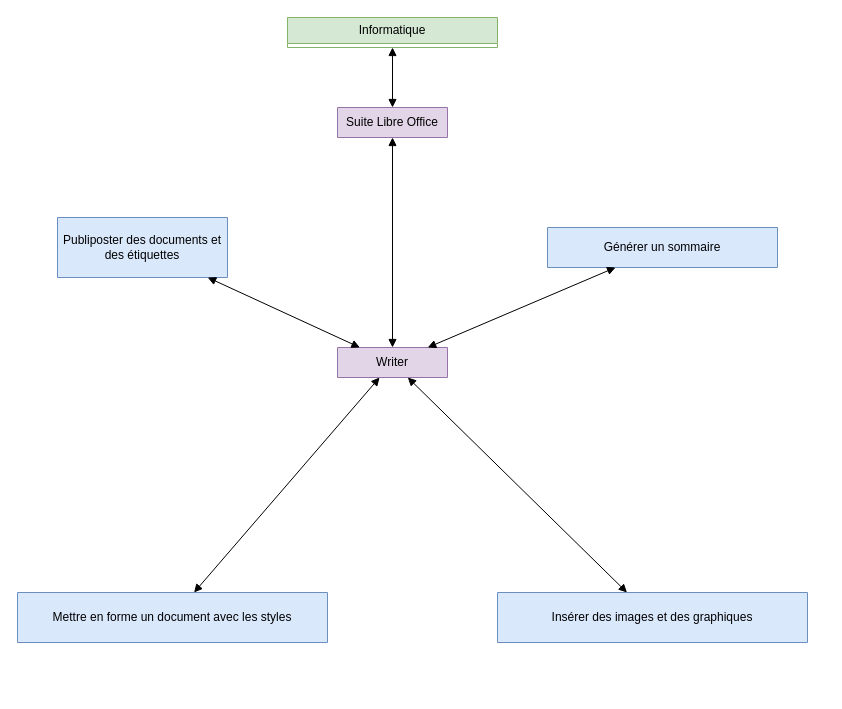
Above: Writer.drawio in jean-seb-2106/pythontest (draw.io), before the change. Source tidied: cells renumbered, new cells numbered last; positions are measured from the earlier drawing's top-left corner, leaving out a move shared by most shapes. Both pictures are drawn from the tidied source at 100%, with x=0, y=0 at pixel (17, 17).
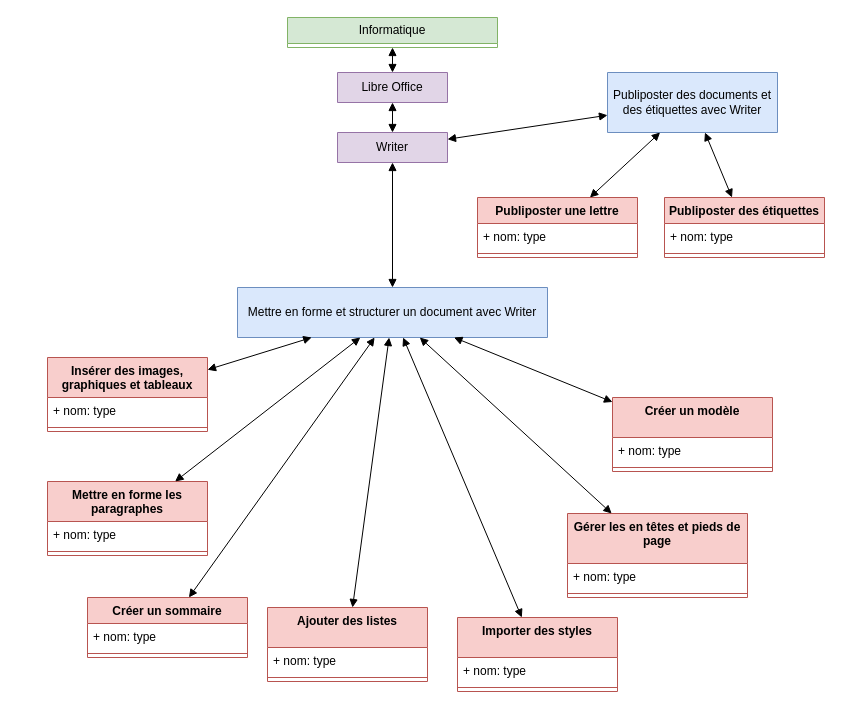
The same diagram, later.

Commit message:
Mettre à jour Writer.drawio

What changed in the source:
```diff
@@
     <mxCell id="2" value="Writer" style="swimlane;fontStyle=0;horizontal=1;startSize=30;fillColor=#e1d5e7;whiteSpace=wrap;html=1;strokeColor=#9673a6;" parent="1" vertex="1" collapsed="1">
-      <mxGeometry x="320" y="330" width="110" height="30" as="geometry" />
+      <mxGeometry x="320" y="115" width="110" height="30" as="geometry" />
     </mxCell>
@@
-    <mxCell id="5" value="Publiposter des documents et des étiquettes" style="swimlane;fontStyle=0;horizontal=1;startSize=60;fillColor=#dae8fc;whiteSpace=wrap;html=1;strokeColor=#6c8ebf;" parent="1" vertex="1" collapsed="1">
-      <mxGeometry x="40" y="200" width="170" height="60" as="geometry" />
+    <mxCell id="5" value="Publiposter des documents et des étiquettes avec Writer" style="swimlane;fontStyle=0;horizontal=1;startSize=60;fillColor=#dae8fc;whiteSpace=wrap;html=1;strokeColor=#6c8ebf;" parent="1" vertex="1" collapsed="1">
+      <mxGeometry x="590" y="55" width="170" height="60" as="geometry" />
     </mxCell>
@@
-    <mxCell id="7" value="Mettre en forme un document avec les styles" style="swimlane;fontStyle=0;horizontal=1;startSize=50;fillColor=#dae8fc;whiteSpace=wrap;html=1;strokeColor=#6c8ebf;" parent="1" vertex="1" collapsed="1">
-      <mxGeometry y="575" width="310" height="50" as="geometry" />
+    <mxCell id="7" value="Mettre en forme et structurer un document avec Writer" style="swimlane;fontStyle=0;horizontal=1;startSize=50;fillColor=#dae8fc;whiteSpace=wrap;html=1;strokeColor=#6c8ebf;" parent="1" vertex="1" collapsed="1">
+      <mxGeometry x="220" y="270" width="310" height="50" as="geometry" />
     </mxCell>
-    <mxCell id="8" value="Générer un sommaire" style="swimlane;fontStyle=0;horizontal=1;startSize=40;fillColor=#dae8fc;whiteSpace=wrap;html=1;strokeColor=#6c8ebf;" parent="1" vertex="1" collapsed="1">
-      <mxGeometry x="530" y="210" width="230" height="40" as="geometry" />
-    </mxCell>
-    <mxCell id="9" style="endArrow=block;startArrow=block;endFill=1;startFill=1;html=1;rounded=0;" parent="1" edge="1" source="2" target="8">
-      <mxGeometry relative="1" as="geometry" />
-    </mxCell>
-    <mxCell id="10" value="Insérer des images et des graphiques" style="swimlane;fontStyle=0;horizontal=1;startSize=50;fillColor=#dae8fc;whiteSpace=wrap;html=1;strokeColor=#6c8ebf;" parent="1" vertex="1" collapsed="1">
-      <mxGeometry x="480" y="575" width="310" height="50" as="geometry" />
-    </mxCell>
@@
-    <mxCell id="12" style="endArrow=block;startArrow=block;endFill=1;startFill=1;html=1;rounded=0;" parent="1" edge="1" source="2" target="10">
-      <mxGeometry relative="1" as="geometry" />
-    </mxCell>
-    <mxCell id="13" value="Suite Libre Office" style="swimlane;fontStyle=0;horizontal=1;startSize=30;fillColor=#e1d5e7;whiteSpace=wrap;html=1;strokeColor=#9673a6;" parent="1" vertex="1" collapsed="1">
-      <mxGeometry x="320" y="90" width="110" height="30" as="geometry" />
+    <mxCell id="13" value="Libre Office" style="swimlane;fontStyle=0;horizontal=1;startSize=30;fillColor=#e1d5e7;whiteSpace=wrap;html=1;strokeColor=#9673a6;" parent="1" vertex="1" collapsed="1">
+      <mxGeometry x="320" y="55" width="110" height="30" as="geometry" />
     </mxCell>
@@
+    <mxCell id="15" style="endArrow=block;startArrow=block;endFill=1;startFill=1;html=1;rounded=0;" parent="1" edge="1" source="5" target="17">
+      <mxGeometry relative="1" as="geometry" />
+    </mxCell>
+    <mxCell id="16" style="endArrow=block;startArrow=block;endFill=1;startFill=1;html=1;rounded=0;" parent="1" edge="1" source="5" target="20">
+      <mxGeometry relative="1" as="geometry" />
+    </mxCell>
+    <mxCell id="17" value="Publiposter une lettre" style="swimlane;fontStyle=1;align=center;verticalAlign=top;horizontal=1;startSize=26;whiteSpace=wrap;html=1;fillColor=#f8cecc;strokeColor=#b85450;" parent="1" vertex="1">
+      <mxGeometry x="460" y="180" width="160" height="60" as="geometry" />
+    </mxCell>
+    <mxCell id="18" value="+ nom: type" style="text;strokeColor=none;fillColor=none;align=left;verticalAlign=top;spacingLeft=4;spacingRight=4;overflow=hidden;whiteSpace=wrap;html=1;" parent="17" vertex="1">
+      <mxGeometry y="26" width="160" height="26" as="geometry" />
+    </mxCell>
+    <mxCell id="19" style="line;strokeWidth=1;fillColor=none;align=left;verticalAlign=middle;spacingTop=-1;spacingLeft=3;spacingRight=3;labelPosition=right;strokeColor=inherit;" parent="17" vertex="1">
+      <mxGeometry y="52" width="160" height="8" as="geometry" />
+    </mxCell>
+    <mxCell id="20" value="Publiposter des étiquettes" style="swimlane;fontStyle=1;align=center;verticalAlign=top;horizontal=1;startSize=26;whiteSpace=wrap;html=1;fillColor=#f8cecc;strokeColor=#b85450;" parent="1" vertex="1">
+      <mxGeometry x="647" y="180" width="160" height="60" as="geometry" />
+    </mxCell>
+    <mxCell id="21" value="+ nom: type" style="text;strokeColor=none;fillColor=none;align=left;verticalAlign=top;spacingLeft=4;spacingRight=4;overflow=hidden;whiteSpace=wrap;html=1;" parent="20" vertex="1">
+      <mxGeometry y="26" width="160" height="26" as="geometry" />
+    </mxCell>
+    <mxCell id="22" style="line;strokeWidth=1;fillColor=none;align=left;verticalAlign=middle;spacingTop=-1;spacingLeft=3;spacingRight=3;labelPosition=right;strokeColor=inherit;" parent="20" vertex="1">
+      <mxGeometry y="52" width="160" height="8" as="geometry" />
+    </mxCell>
+    <mxCell id="23" value="Créer un sommaire" style="swimlane;fontStyle=1;align=center;verticalAlign=top;horizontal=1;startSize=26;whiteSpace=wrap;html=1;fillColor=#f8cecc;strokeColor=#b85450;" parent="1" vertex="1">
+      <mxGeometry x="70" y="580" width="160" height="60" as="geometry" />
+    </mxCell>
+    <mxCell id="24" value="+ nom: type" style="text;strokeColor=none;fillColor=none;align=left;verticalAlign=top;spacingLeft=4;spacingRight=4;overflow=hidden;whiteSpace=wrap;html=1;" parent="23" vertex="1">
+      <mxGeometry y="26" width="160" height="26" as="geometry" />
+    </mxCell>
+    <mxCell id="25" style="line;strokeWidth=1;fillColor=none;align=left;verticalAlign=middle;spacingTop=-1;spacingLeft=3;spacingRight=3;labelPosition=right;strokeColor=inherit;" parent="23" vertex="1">
+      <mxGeometry y="52" width="160" height="8" as="geometry" />
+    </mxCell>
+    <mxCell id="26" value="Mettre en forme les paragraphes" style="swimlane;fontStyle=1;align=center;verticalAlign=top;horizontal=1;startSize=40;whiteSpace=wrap;html=1;fillColor=#f8cecc;strokeColor=#b85450;" parent="1" vertex="1">
+      <mxGeometry x="30" y="464" width="160" height="74" as="geometry" />
+    </mxCell>
+    <mxCell id="27" value="+ nom: type" style="text;strokeColor=none;fillColor=none;align=left;verticalAlign=top;spacingLeft=4;spacingRight=4;overflow=hidden;whiteSpace=wrap;html=1;" parent="26" vertex="1">
+      <mxGeometry y="40" width="160" height="26" as="geometry" />
+    </mxCell>
+    <mxCell id="28" style="line;strokeWidth=1;fillColor=none;align=left;verticalAlign=middle;spacingTop=-1;spacingLeft=3;spacingRight=3;labelPosition=right;strokeColor=inherit;" parent="26" vertex="1">
+      <mxGeometry y="66" width="160" height="8" as="geometry" />
+    </mxCell>
+    <mxCell id="29" value="Créer un modèle" style="swimlane;fontStyle=1;align=center;verticalAlign=top;horizontal=1;startSize=40;whiteSpace=wrap;html=1;fillColor=#f8cecc;strokeColor=#b85450;" parent="1" vertex="1">
+      <mxGeometry x="595" y="380" width="160" height="74" as="geometry" />
+    </mxCell>
+    <mxCell id="30" value="+ nom: type" style="text;strokeColor=none;fillColor=none;align=left;verticalAlign=top;spacingLeft=4;spacingRight=4;overflow=hidden;whiteSpace=wrap;html=1;" parent="29" vertex="1">
+      <mxGeometry y="40" width="160" height="26" as="geometry" />
+    </mxCell>
+    <mxCell id="31" style="line;strokeWidth=1;fillColor=none;align=left;verticalAlign=middle;spacingTop=-1;spacingLeft=3;spacingRight=3;labelPosition=right;strokeColor=inherit;" parent="29" vertex="1">
+      <mxGeometry y="66" width="160" height="8" as="geometry" />
+    </mxCell>
+    <mxCell id="32" value="Importer des styles" style="swimlane;fontStyle=1;align=center;verticalAlign=top;horizontal=1;startSize=40;whiteSpace=wrap;html=1;fillColor=#f8cecc;strokeColor=#b85450;" parent="1" vertex="1">
+      <mxGeometry x="440" y="600" width="160" height="74" as="geometry" />
+    </mxCell>
+    <mxCell id="33" value="+ nom: type" style="text;strokeColor=none;fillColor=none;align=left;verticalAlign=top;spacingLeft=4;spacingRight=4;overflow=hidden;whiteSpace=wrap;html=1;" parent="32" vertex="1">
+      <mxGeometry y="40" width="160" height="26" as="geometry" />
+    </mxCell>
+    <mxCell id="34" style="line;strokeWidth=1;fillColor=none;align=left;verticalAlign=middle;spacingTop=-1;spacingLeft=3;spacingRight=3;labelPosition=right;strokeColor=inherit;" parent="32" vertex="1">
+      <mxGeometry y="66" width="160" height="8" as="geometry" />
+    </mxCell>
+    <mxCell id="35" value="Ajouter des listes" style="swimlane;fontStyle=1;align=center;verticalAlign=top;horizontal=1;startSize=40;whiteSpace=wrap;html=1;fillColor=#f8cecc;strokeColor=#b85450;" parent="1" vertex="1">
+      <mxGeometry x="250" y="590" width="160" height="74" as="geometry" />
+    </mxCell>
+    <mxCell id="36" value="+ nom: type" style="text;strokeColor=none;fillColor=none;align=left;verticalAlign=top;spacingLeft=4;spacingRight=4;overflow=hidden;whiteSpace=wrap;html=1;" parent="35" vertex="1">
+      <mxGeometry y="40" width="160" height="26" as="geometry" />
+    </mxCell>
+    <mxCell id="37" style="line;strokeWidth=1;fillColor=none;align=left;verticalAlign=middle;spacingTop=-1;spacingLeft=3;spacingRight=3;labelPosition=right;strokeColor=inherit;" parent="35" vertex="1">
+      <mxGeometry y="66" width="160" height="8" as="geometry" />
+    </mxCell>
+    <mxCell id="38" value="Gérer les en têtes et pieds de page" style="swimlane;fontStyle=1;align=center;verticalAlign=top;horizontal=1;startSize=50;whiteSpace=wrap;html=1;fillColor=#f8cecc;strokeColor=#b85450;" parent="1" vertex="1">
+      <mxGeometry x="550" y="496" width="180" height="84" as="geometry" />
+    </mxCell>
+    <mxCell id="39" value="+ nom: type" style="text;strokeColor=none;fillColor=none;align=left;verticalAlign=top;spacingLeft=4;spacingRight=4;overflow=hidden;whiteSpace=wrap;html=1;" parent="38" vertex="1">
+      <mxGeometry y="50" width="180" height="26" as="geometry" />
+    </mxCell>
+    <mxCell id="40" style="line;strokeWidth=1;fillColor=none;align=left;verticalAlign=middle;spacingTop=-1;spacingLeft=3;spacingRight=3;labelPosition=right;strokeColor=inherit;" parent="38" vertex="1">
+      <mxGeometry y="76" width="180" height="8" as="geometry" />
+    </mxCell>
+    <mxCell id="41" value="Insérer des images, graphiques et tableaux" style="swimlane;fontStyle=1;align=center;verticalAlign=top;horizontal=1;startSize=40;whiteSpace=wrap;html=1;fillColor=#f8cecc;strokeColor=#b85450;" parent="1" vertex="1">
+      <mxGeometry x="30" y="340" width="160" height="74" as="geometry" />
+    </mxCell>
+    <mxCell id="42" value="+ nom: type" style="text;strokeColor=none;fillColor=none;align=left;verticalAlign=top;spacingLeft=4;spacingRight=4;overflow=hidden;whiteSpace=wrap;html=1;" parent="41" vertex="1">
+      <mxGeometry y="40" width="160" height="26" as="geometry" />
+    </mxCell>
+    <mxCell id="43" style="line;strokeWidth=1;fillColor=none;align=left;verticalAlign=middle;spacingTop=-1;spacingLeft=3;spacingRight=3;labelPosition=right;strokeColor=inherit;" parent="41" vertex="1">
+      <mxGeometry y="66" width="160" height="8" as="geometry" />
+    </mxCell>
+    <mxCell id="44" style="endArrow=block;startArrow=block;endFill=1;startFill=1;html=1;rounded=0;" parent="1" edge="1" source="7" target="41">
+      <mxGeometry relative="1" as="geometry" />
+    </mxCell>
+    <mxCell id="45" style="endArrow=block;startArrow=block;endFill=1;startFill=1;html=1;rounded=0;" parent="1" edge="1" source="7" target="26">
+      <mxGeometry relative="1" as="geometry" />
+    </mxCell>
+    <mxCell id="46" style="endArrow=block;startArrow=block;endFill=1;startFill=1;html=1;rounded=0;" parent="1" edge="1" source="7" target="23">
+      <mxGeometry relative="1" as="geometry" />
+    </mxCell>
+    <mxCell id="47" style="endArrow=block;startArrow=block;endFill=1;startFill=1;html=1;rounded=0;" parent="1" edge="1" source="7" target="35">
+      <mxGeometry relative="1" as="geometry" />
+    </mxCell>
+    <mxCell id="48" style="endArrow=block;startArrow=block;endFill=1;startFill=1;html=1;rounded=0;" parent="1" edge="1" source="7" target="32">
+      <mxGeometry relative="1" as="geometry" />
+    </mxCell>
+    <mxCell id="49" style="endArrow=block;startArrow=block;endFill=1;startFill=1;html=1;rounded=0;" parent="1" edge="1" source="7" target="38">
+      <mxGeometry relative="1" as="geometry" />
+    </mxCell>
+    <mxCell id="50" style="endArrow=block;startArrow=block;endFill=1;startFill=1;html=1;rounded=0;" parent="1" edge="1" source="7" target="29">
+      <mxGeometry relative="1" as="geometry" />
+    </mxCell>
```
